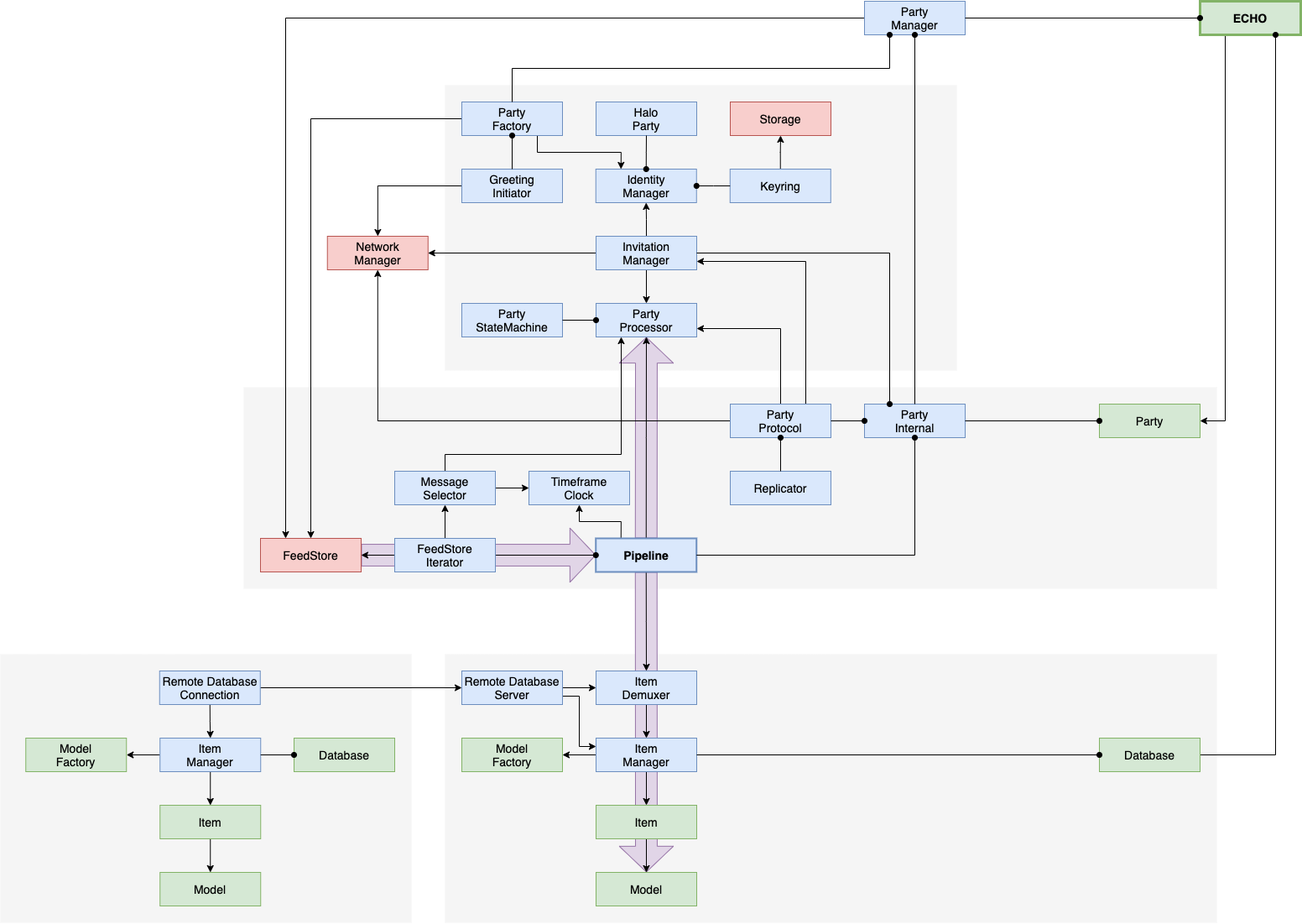
dxos/dxos keeps this draw.io diagram as docs/diagrams/data-processing-2.png. Above is the earlier version. Source tidied: cells renumbered, new cells last; positions are measured from the earlier drawing's top-left corner, leaving out a move shared by most shapes.
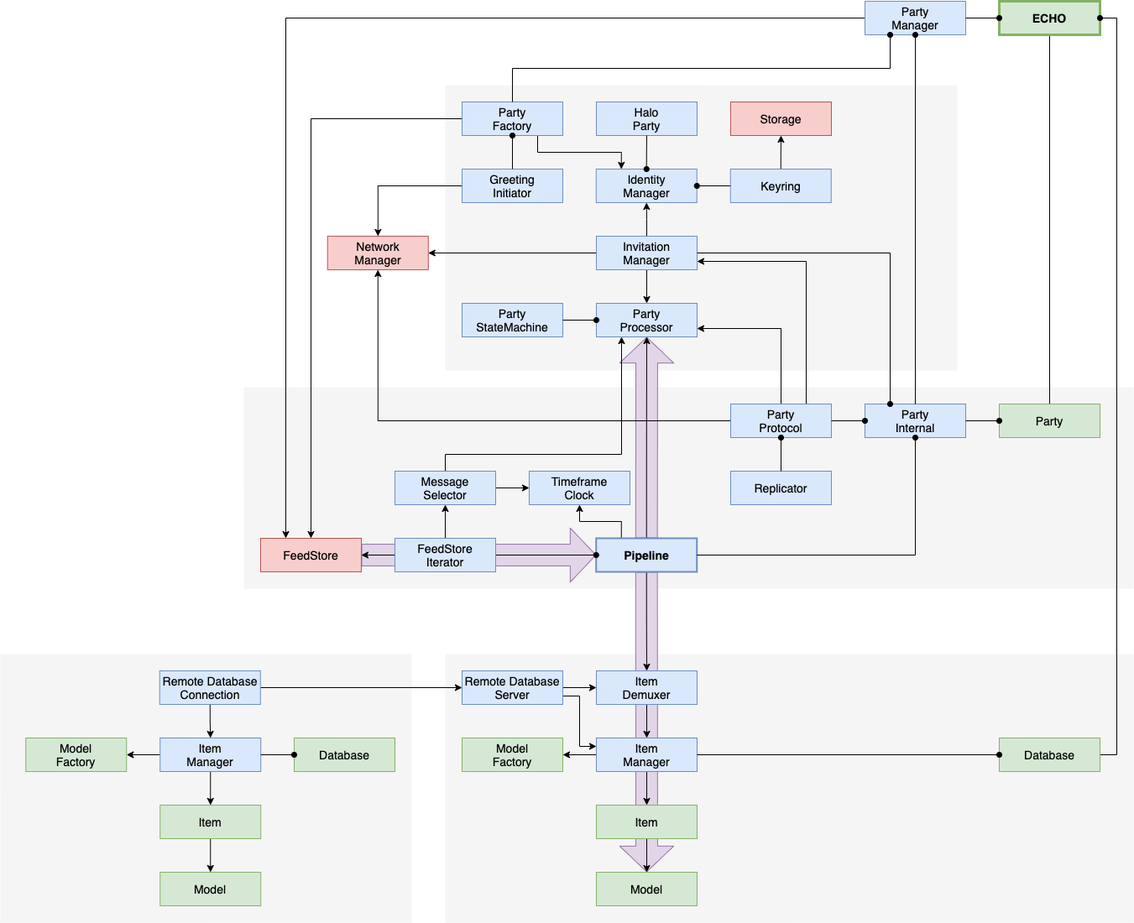
The same file after the commit.

Diff of the diagram source:
```diff
@@ -3,7 +3,7 @@
     <mxCell id="0" />
     <mxCell id="1" parent="0" />
     <mxCell id="2" style="rounded=0;whiteSpace=wrap;html=1;fontSize=14;fontFamily=Helvetica;fontStyle=0;fillColor=#f5f5f5;dashed=1;fontColor=#333333;strokeColor=none;" parent="1" vertex="1">
-      <mxGeometry x="290" y="460" width="1160" height="240" as="geometry" />
+      <mxGeometry x="290" y="460" width="1060" height="240" as="geometry" />
     </mxCell>
     <mxCell id="3" style="shape=flexArrow;endArrow=classic;html=1;fillColor=#e1d5e7;strokeColor=#9673a6;endWidth=37.64705882352941;endSize=9.882352941176471;width=25.88235294117647;" parent="1" edge="1" source="56">
       <mxGeometry relative="1" as="geometry">
@@ -11,7 +11,7 @@
       </mxGeometry>
     </mxCell>
     <mxCell id="4" style="rounded=0;whiteSpace=wrap;html=1;fontSize=14;fontFamily=Helvetica;fontStyle=0;fillColor=#f5f5f5;dashed=1;fontColor=#333333;strokeColor=none;" parent="1" vertex="1">
-      <mxGeometry x="530" y="778" width="920" height="320" as="geometry" />
+      <mxGeometry x="530" y="778" width="820" height="320" as="geometry" />
     </mxCell>
     <mxCell id="5" style="shape=flexArrow;endArrow=classic;html=1;fillColor=#e1d5e7;strokeColor=#9673a6;endWidth=37.64705882352941;endSize=9.882352941176471;width=25.88235294117647;exitX=0.5;exitY=1;exitDx=0;exitDy=0;entryX=0.5;entryY=0;entryDx=0;entryDy=0;" parent="1" edge="1" source="19" target="15">
       <mxGeometry relative="1" as="geometry" />
@@ -141,20 +141,28 @@
     <mxCell id="44" value="Storage" style="rounded=0;whiteSpace=wrap;html=1;fontSize=14;fontFamily=Helvetica;fillColor=#f8cecc;strokeColor=#b85450;fontStyle=0;strokeWidth=1;" parent="1" vertex="1">
       <mxGeometry x="870" y="120" width="120" height="40" as="geometry" />
     </mxCell>
-    <mxCell id="45" style="edgeStyle=orthogonalEdgeStyle;rounded=0;jettySize=auto;html=1;exitX=0.25;exitY=1;exitDx=0;exitDy=0;entryX=1;entryY=0.5;entryDx=0;entryDy=0;" parent="1" edge="1" source="46" target="48">
-      <mxGeometry relative="1" as="geometry" />
+    <mxCell id="45" style="edgeStyle=orthogonalEdgeStyle;rounded=0;orthogonalLoop=1;jettySize=auto;html=1;" parent="1" edge="1">
+      <mxGeometry relative="1" as="geometry">
+        <mxPoint x="1250" y="30" as="sourcePoint" />
+        <mxPoint x="1250" y="490" as="targetPoint" />
+      </mxGeometry>
     </mxCell>
     <mxCell id="46" value="ECHO" style="rounded=0;whiteSpace=wrap;html=1;fontSize=14;fontFamily=Helvetica;fillColor=#d5e8d4;strokeColor=#82b366;fontStyle=1;strokeWidth=3;" parent="1" vertex="1">
-      <mxGeometry x="1430" width="120" height="40" as="geometry" />
+      <mxGeometry x="1190" width="120" height="40" as="geometry" />
     </mxCell>
-    <mxCell id="47" style="edgeStyle=orthogonalEdgeStyle;rounded=0;jettySize=auto;html=1;exitX=0.75;exitY=1;exitDx=0;exitDy=0;entryX=1;entryY=0.5;entryDx=0;entryDy=0;endFill=0;endArrow=none;startFill=1;startArrow=oval;" parent="1" edge="1" source="46" target="49">
-      <mxGeometry relative="1" as="geometry" />
+    <mxCell id="47" style="edgeStyle=orthogonalEdgeStyle;rounded=0;jettySize=auto;html=1;exitX=1;exitY=0.5;exitDx=0;exitDy=0;entryX=1;entryY=0.5;entryDx=0;entryDy=0;endFill=0;endArrow=none;startFill=1;startArrow=oval;" parent="1" edge="1" source="46" target="49">
+      <mxGeometry relative="1" as="geometry">
+        <Array as="points">
+          <mxPoint x="1330" y="20" />
+          <mxPoint x="1330" y="898" />
+        </Array>
+      </mxGeometry>
     </mxCell>
     <mxCell id="48" value="Party" style="rounded=0;whiteSpace=wrap;html=1;fontSize=14;fontFamily=Helvetica;fillColor=#d5e8d4;strokeColor=#82b366;fontStyle=0;strokeWidth=1;" parent="1" vertex="1">
-      <mxGeometry x="1310" y="480" width="120" height="40" as="geometry" />
+      <mxGeometry x="1190" y="480" width="120" height="40" as="geometry" />
     </mxCell>
     <mxCell id="49" value="Database" style="rounded=0;whiteSpace=wrap;html=1;fontSize=14;fontFamily=Helvetica;fillColor=#d5e8d4;strokeColor=#82b366;fontStyle=0;strokeWidth=1;" parent="1" vertex="1">
-      <mxGeometry x="1310" y="878" width="120" height="40" as="geometry" />
+      <mxGeometry x="1190" y="878" width="120" height="40" as="geometry" />
     </mxCell>
     <mxCell id="50" style="edgeStyle=orthogonalEdgeStyle;rounded=0;orthogonalLoop=1;jettySize=auto;html=1;exitX=0.5;exitY=1;exitDx=0;exitDy=0;" parent="1" edge="1" source="58" target="58">
       <mxGeometry relative="1" as="geometry" />
```
